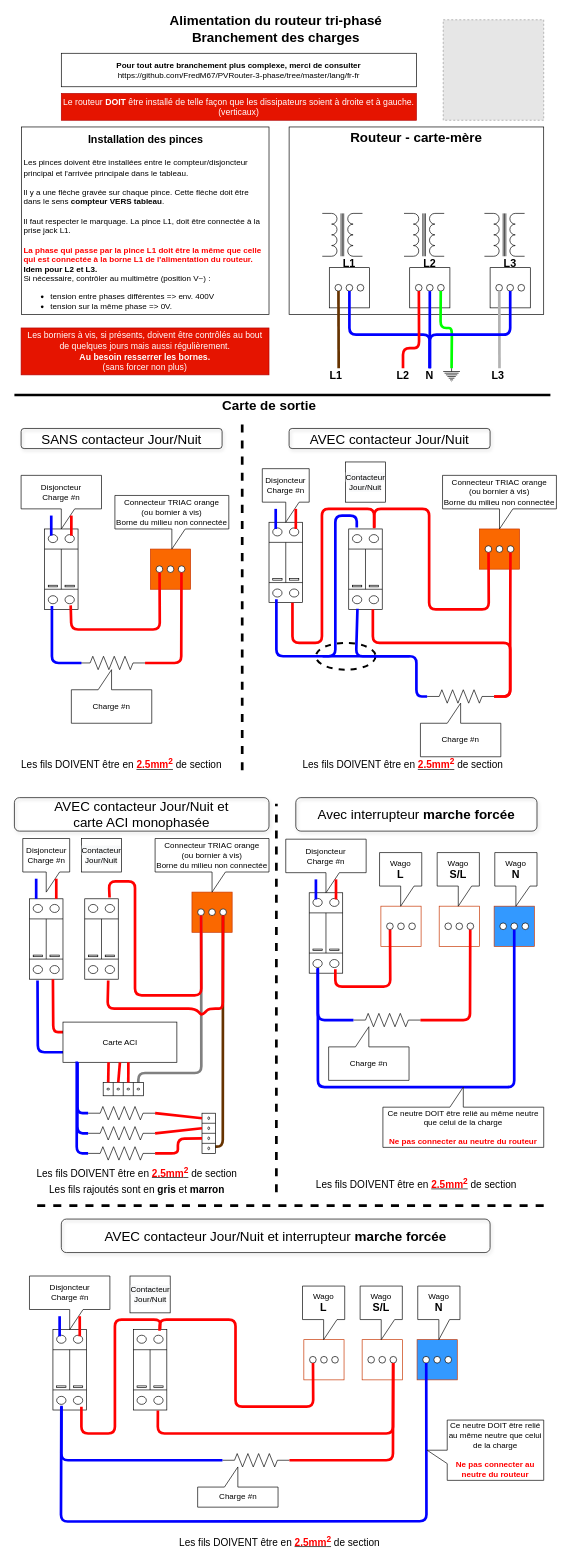
FredM67/PVRouter-3-phase keeps this draw.io diagram as docs/HowToInstall.drawio. Above is the earlier version. Source tidied: cells renumbered, new cells numbered last; positions are measured from the earlier drawing's top-left corner, leaving out a move shared by most shapes. Both pictures are drawn from the tidied source at 67%, with x=0, y=0 at pixel (14, 11). Pictures stored in the file or linked from it are replaced by grey dashed boxes.
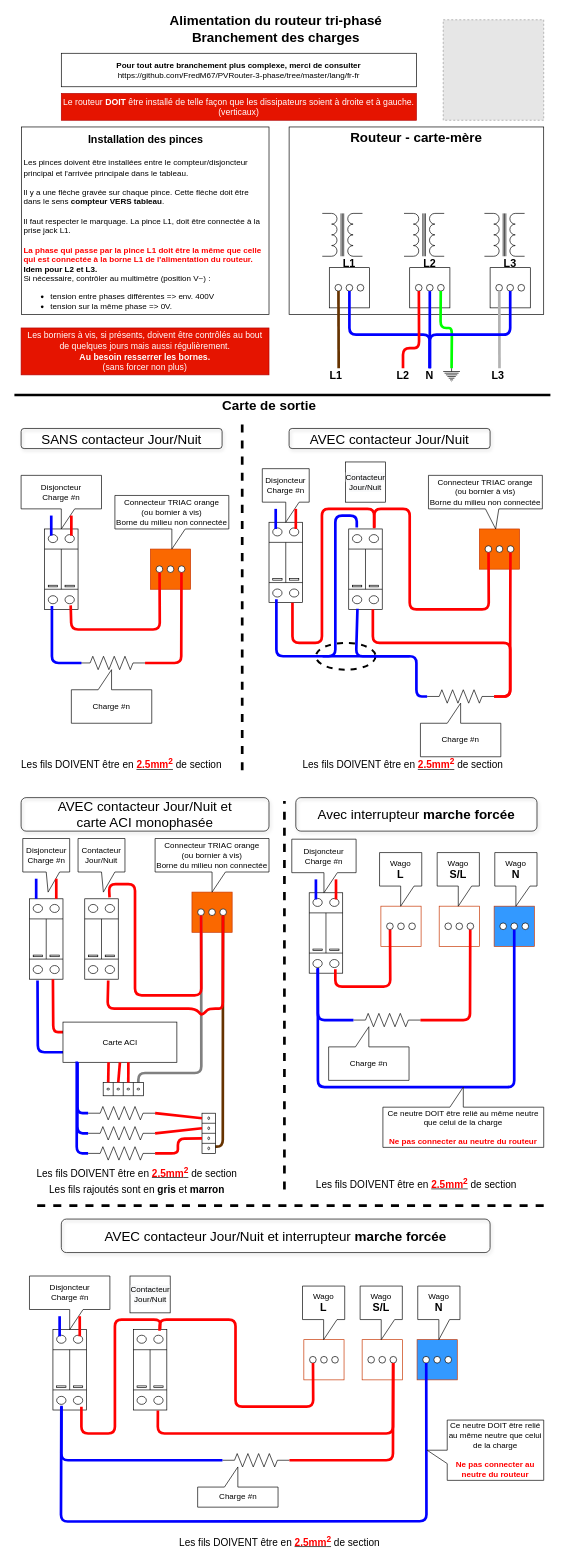
After the change.

Unchanged cells that the change refers to:
```xml
<mxCell id="54" style="verticalLabelPosition=bottom;shadow=0;dashed=0;align=center;html=1;verticalAlign=top;shape=mxgraph.electrical.transmission.terminal_3_phase;" parent="1" vertex="1">
  <mxGeometry x="702.5" y="797" width="43" height="10" as="geometry" />
</mxCell>
<mxCell id="63" style="verticalLabelPosition=bottom;dashed=0;shadow=0;html=1;align=center;verticalAlign=top;shape=mxgraph.cabinets.surge_protection_2p;" parent="1" vertex="1">
  <mxGeometry x="499" y="772" width="50" height="120" as="geometry" />
</mxCell>
<mxCell id="106" style="verticalLabelPosition=bottom;shadow=0;dashed=0;align=center;html=1;verticalAlign=top;shape=mxgraph.electrical.transmission.terminal_3_phase;" parent="1" vertex="1">
  <mxGeometry x="273.5" y="1339" width="43" height="10" as="geometry" />
</mxCell>
<mxCell id="117" style="verticalLabelPosition=bottom;dashed=0;shadow=0;html=1;align=center;verticalAlign=top;shape=mxgraph.cabinets.surge_protection_2p;" parent="1" vertex="1">
  <mxGeometry x="105" y="1324" width="50" height="120" as="geometry" />
</mxCell>
```

Diff of the diagram source:
```diff
@@
-    <mxCell id="55" value="Connecteur TRIAC orange&lt;br&gt;(ou bornier à vis)&lt;br&gt;Borne du milieu non connectée" style="shape=callout;whiteSpace=wrap;html=1;perimeter=calloutPerimeter;" parent="1" vertex="1">
-      <mxGeometry x="639" y="692" width="170" height="80" as="geometry" />
+    <mxCell id="55" value="Connecteur TRIAC orange&lt;br&gt;(ou bornier à vis)&lt;br&gt;Borne du milieu non connectée" style="shape=callout;whiteSpace=wrap;html=1;perimeter=calloutPerimeter;position2=0.59;" parent="1" vertex="1">
+      <mxGeometry x="618" y="692" width="170" height="80" as="geometry" />
     </mxCell>
@@
     <mxCell id="66" style="html=1;exitX=0.12;exitY=1;exitDx=0;exitDy=0;exitPerimeter=0;fillColor=#a20025;strokeWidth=4;strokeColor=#FF0000;endArrow=none;endFill=0;entryX=0.76;entryY=-0.008;entryDx=0;entryDy=0;entryPerimeter=0;" parent="1" edge="1" source="54" target="63">
       <mxGeometry relative="1" as="geometry">
         <Array as="points">
           <mxPoint x="708" y="892" />
-          <mxPoint x="619" y="892" />
-          <mxPoint x="619" y="742" />
+          <mxPoint x="590" y="892" />
+          <mxPoint x="590" y="742" />
           <mxPoint x="537" y="742" />
         </Array>
       </mxGeometry>
     </mxCell>
@@
     <mxCell id="71" value="AVEC contacteur Jour/Nuit et&lt;br&gt;carte ACI monophasée" style="text;html=1;strokeColor=default;fillColor=none;align=center;verticalAlign=middle;whiteSpace=wrap;rounded=1;fontSize=20;perimeterSpacing=2;shadow=1;" parent="1" vertex="1">
-      <mxGeometry y="1173" width="380" height="50" as="geometry" />
+      <mxGeometry x="10" y="1173" width="370" height="50" as="geometry" />
     </mxCell>
@@
     <mxCell id="75" value="Disjoncteur&lt;br&gt;Charge #n" style="shape=callout;whiteSpace=wrap;html=1;perimeter=calloutPerimeter;" parent="1" vertex="1">
-      <mxGeometry x="405" y="1235" width="120" height="80" as="geometry" />
+      <mxGeometry x="414" y="1235" width="96" height="80" as="geometry" />
     </mxCell>
@@
-    <mxCell id="98" value="Disjoncteur&lt;br&gt;Charge #n" style="shape=callout;whiteSpace=wrap;html=1;perimeter=calloutPerimeter;" parent="1" vertex="1">
+    <mxCell id="98" value="Disjoncteur&lt;br&gt;Charge #n" style="shape=callout;whiteSpace=wrap;html=1;perimeter=calloutPerimeter;position2=0.54;" parent="1" vertex="1">
       <mxGeometry x="12.5" y="1234" width="70" height="80" as="geometry" />
     </mxCell>
@@
-    <mxCell id="104" value="&lt;span style=&quot;color: rgb(0 , 0 , 0) ; font-family: &amp;#34;helvetica&amp;#34; ; font-size: 12px ; font-style: normal ; font-weight: 400 ; letter-spacing: normal ; text-align: center ; text-indent: 0px ; text-transform: none ; word-spacing: 0px ; background-color: rgb(248 , 249 , 250) ; display: inline ; float: none&quot;&gt;Contacteur&lt;/span&gt;&lt;br style=&quot;color: rgb(0 , 0 , 0) ; font-family: &amp;#34;helvetica&amp;#34; ; font-size: 12px ; font-style: normal ; font-weight: 400 ; letter-spacing: normal ; text-align: center ; text-indent: 0px ; text-transform: none ; word-spacing: 0px ; background-color: rgb(248 , 249 , 250)&quot;&gt;&lt;span style=&quot;color: rgb(0 , 0 , 0) ; font-family: &amp;#34;helvetica&amp;#34; ; font-size: 12px ; font-style: normal ; font-weight: 400 ; letter-spacing: normal ; text-align: center ; text-indent: 0px ; text-transform: none ; word-spacing: 0px ; background-color: rgb(248 , 249 , 250) ; display: inline ; float: none&quot;&gt;Jour/Nuit&lt;/span&gt;&lt;br&gt;" style="rounded=0;whiteSpace=wrap;html=1;" parent="1" vertex="1">
-      <mxGeometry x="100" y="1234" width="60" height="50" as="geometry" />
-    </mxCell>
@@
     <mxCell id="123" style="html=1;fillColor=#a20025;strokeWidth=4;strokeColor=#FF0000;endArrow=none;endFill=0;exitX=0.74;exitY=-0.017;exitDx=0;exitDy=0;exitPerimeter=0;entryX=0.12;entryY=1;entryDx=0;entryDy=0;entryPerimeter=0;" parent="1" edge="1" source="117" target="106">
       <mxGeometry x="-77.5" y="1236" as="geometry">
         <Array as="points">
-          <mxPoint x="141" y="1298" />
-          <mxPoint x="180" y="1298" />
+          <mxPoint x="141" y="1302" />
+          <mxPoint x="180" y="1302" />
           <mxPoint x="180" y="1468" />
           <mxPoint x="279" y="1468" />
         </Array>
       </mxGeometry>
     </mxCell>
@@
     <mxCell id="128" style="endArrow=none;dashed=1;html=1;strokeWidth=4;fontSize=20;" parent="1" edge="1">
       <mxGeometry relative="1" as="geometry">
-        <mxPoint x="391" y="1762" as="sourcePoint" />
-        <mxPoint x="391" y="1182" as="targetPoint" />
+        <mxPoint x="403" y="1758" as="sourcePoint" />
+        <mxPoint x="403" y="1178" as="targetPoint" />
       </mxGeometry>
     </mxCell>
@@
+    <mxCell id="104" value="&lt;span style=&quot;font-family: &amp;#34;helvetica&amp;#34;&quot;&gt;Contacteur&lt;/span&gt;&lt;br style=&quot;font-family: &amp;#34;helvetica&amp;#34;&quot;&gt;&lt;span style=&quot;font-family: &amp;#34;helvetica&amp;#34;&quot;&gt;Jour/Nuit&lt;/span&gt;" style="shape=callout;whiteSpace=wrap;html=1;perimeter=calloutPerimeter;position2=0.54;" parent="1" vertex="1">
+      <mxGeometry x="95" y="1234" width="70" height="80" as="geometry" />
+    </mxCell>
```
